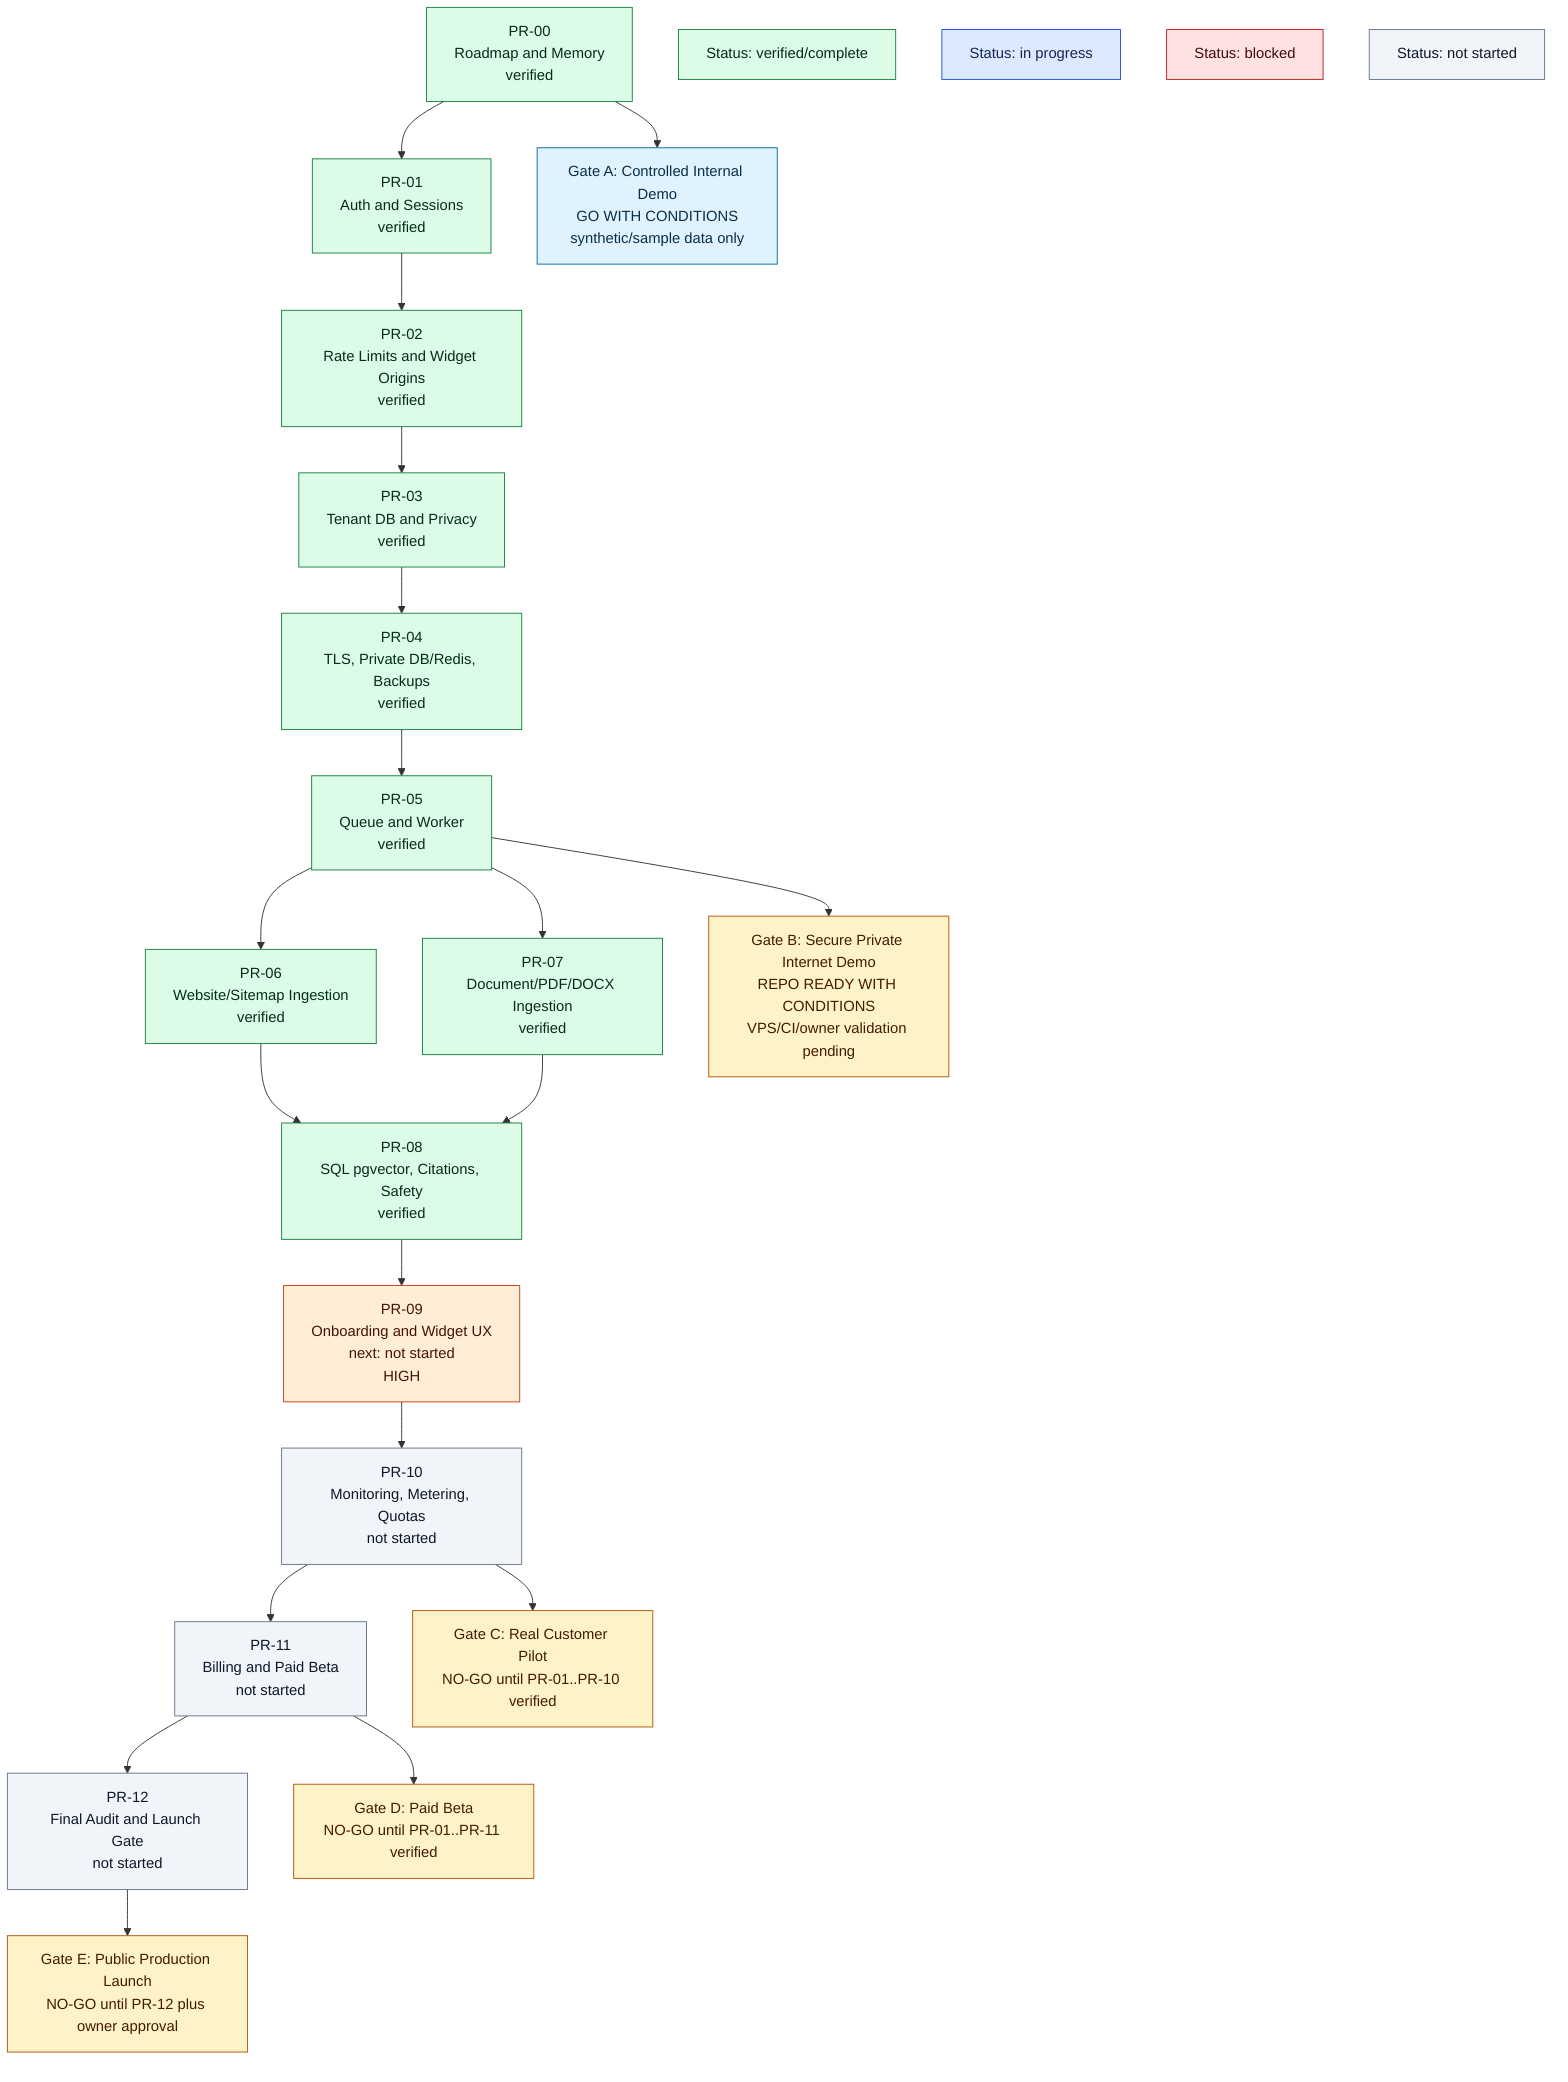
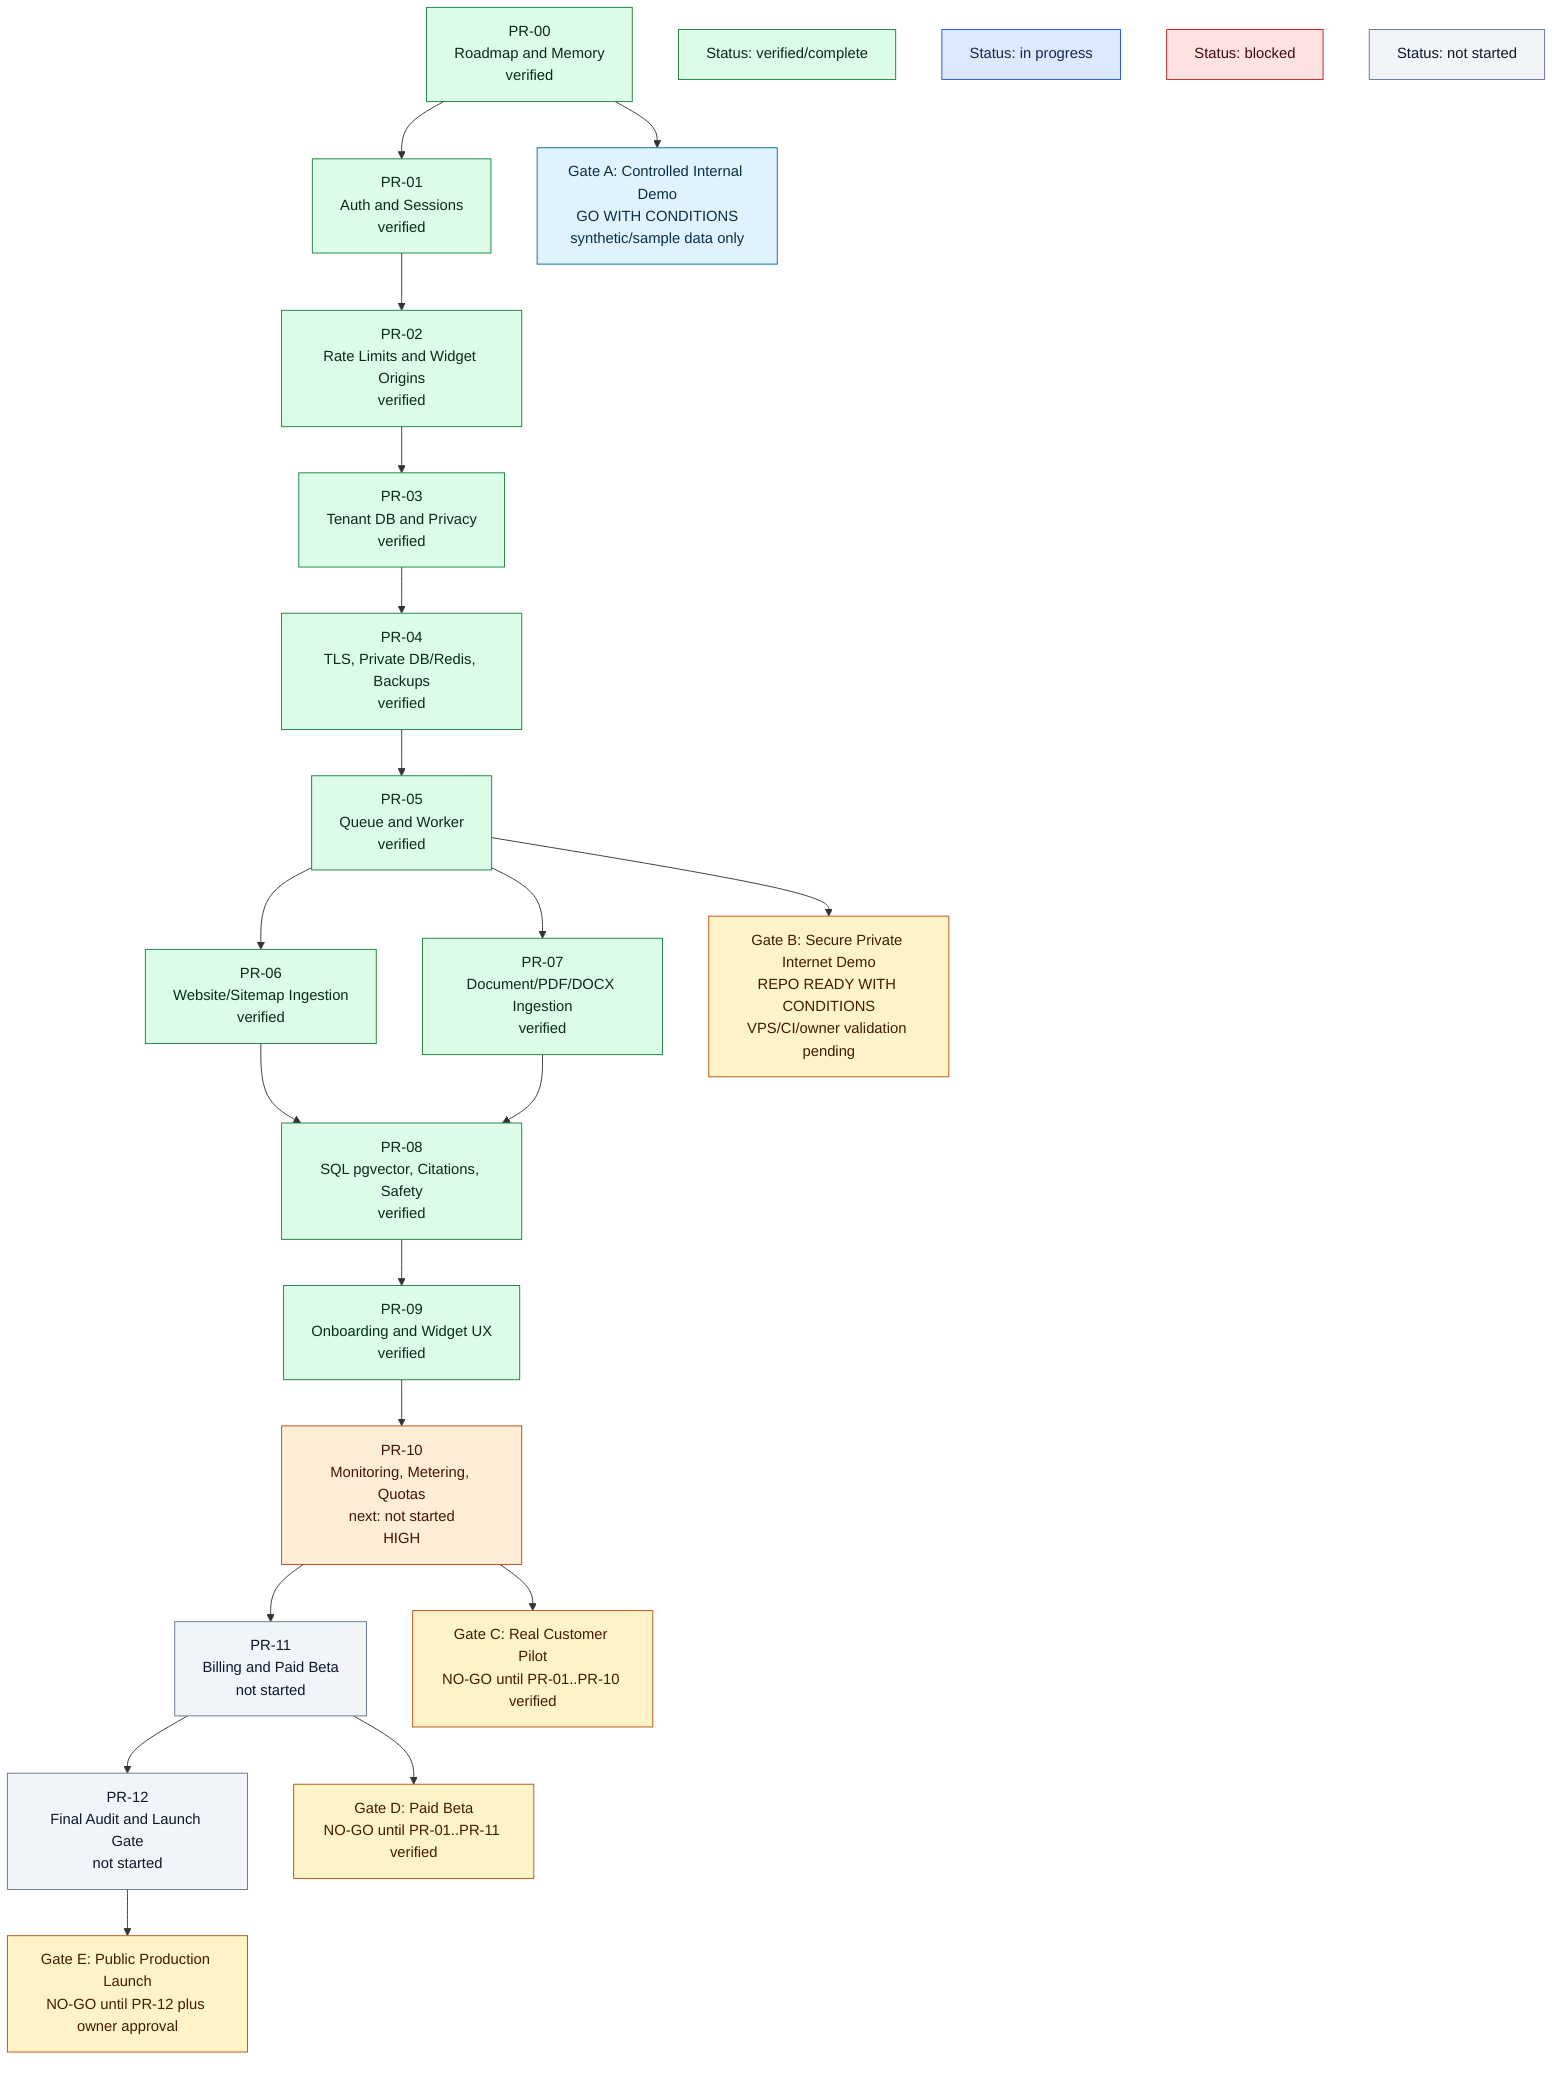
flowchart TB
    PR00["PR-00<br/>Roadmap and Memory<br/>verified"]
    PR01["PR-01<br/>Auth and Sessions<br/>verified"]
    PR02["PR-02<br/>Rate Limits and Widget Origins<br/>verified"]
    PR03["PR-03<br/>Tenant DB and Privacy<br/>verified"]
    PR04["PR-04<br/>TLS, Private DB/Redis, Backups<br/>verified"]
    PR05["PR-05<br/>Queue and Worker<br/>verified"]
    PR06["PR-06<br/>Website/Sitemap Ingestion<br/>verified"]
    PR07["PR-07<br/>Document/PDF/DOCX Ingestion<br/>verified"]
    PR08["PR-08<br/>SQL pgvector, Citations, Safety<br/>verified"]
-     PR09["PR-09<br/>Onboarding and Widget UX<br/>next: not started<br/>HIGH"]
-     PR10["PR-10<br/>Monitoring, Metering, Quotas<br/>not started"]
+     PR09["PR-09<br/>Onboarding and Widget UX<br/>verified"]
+     PR10["PR-10<br/>Monitoring, Metering, Quotas<br/>next: not started<br/>HIGH"]
    PR11["PR-11<br/>Billing and Paid Beta<br/>not started"]
    PR12["PR-12<br/>Final Audit and Launch Gate<br/>not started"]

    GateA["Gate A: Controlled Internal Demo<br/>GO WITH CONDITIONS<br/>synthetic/sample data only"]
    GateB["Gate B: Secure Private Internet Demo<br/>REPO READY WITH CONDITIONS<br/>VPS/CI/owner validation pending"]
    GateC["Gate C: Real Customer Pilot<br/>NO-GO until PR-01..PR-10 verified"]
    GateD["Gate D: Paid Beta<br/>NO-GO until PR-01..PR-11 verified"]
    GateE["Gate E: Public Production Launch<br/>NO-GO until PR-12 plus owner approval"]
    LegendVerified["Status: verified/complete"]
    LegendProgress["Status: in progress"]
    LegendBlocked["Status: blocked"]
    LegendPending["Status: not started"]

    PR00 --> PR01 --> PR02 --> PR03 --> PR04 --> PR05
    PR05 --> PR06
    PR05 --> PR07
    PR06 --> PR08
    PR07 --> PR08
    PR08 --> PR09 --> PR10 --> PR11 --> PR12
    PR00 --> GateA
    PR05 --> GateB
    PR10 --> GateC
    PR11 --> GateD
    PR12 --> GateE

    classDef verified fill:#dcfce7,stroke:#15803d,color:#052e16
    classDef inProgress fill:#dbeafe,stroke:#1d4ed8,color:#172554
    classDef blocked fill:#fee2e2,stroke:#b91c1c,color:#450a0a
    classDef critical fill:#fee2e2,stroke:#b91c1c,color:#450a0a
    classDef high fill:#ffedd5,stroke:#c2410c,color:#431407
    classDef pending fill:#f1f5f9,stroke:#64748b,color:#0f172a
    classDef gateOk fill:#e0f2fe,stroke:#0369a1,color:#082f49
    classDef gateNo fill:#fef3c7,stroke:#b45309,color:#451a03

-     class PR00,PR01,PR02,PR03,PR04,PR05,PR06,PR07,PR08 verified
-     class PR09 high
-     class PR10,PR11,PR12 pending
+     class PR00,PR01,PR02,PR03,PR04,PR05,PR06,PR07,PR08,PR09 verified
+     class PR10 high
+     class PR11,PR12 pending
    class GateA gateOk
    class GateB,GateC,GateD,GateE gateNo
    class LegendVerified verified
    class LegendProgress inProgress
    class LegendBlocked blocked
    class LegendPending pending
